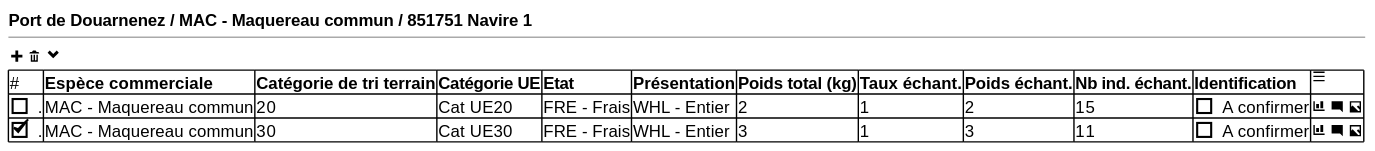
sumaris-net/sumaris-doc keeps this PlantUML diagram as projects/obsvente/spe/images/pv.svg. Above is the earlier version. Its source is kept beside it as projects/obsvente/spe/images/pv.puml.
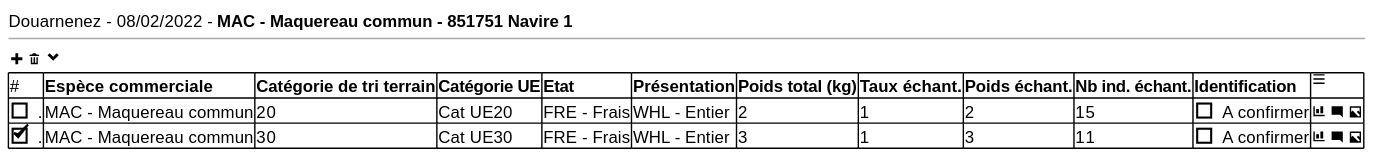
The same diagram one commit later.

Diff of the diagram source:
```diff
@@ -1,6 +1,6 @@
 @startsalt
 {
-  <b>Port de Douarnenez / MAC - Maquereau commun / 851751 Navire 1
+  Douarnenez - 08/02/2022 - <b>MAC - Maquereau commun - 851751 Navire 1
   --
   { <&plus> <&trash> <&chevron-bottom> }
 
```
